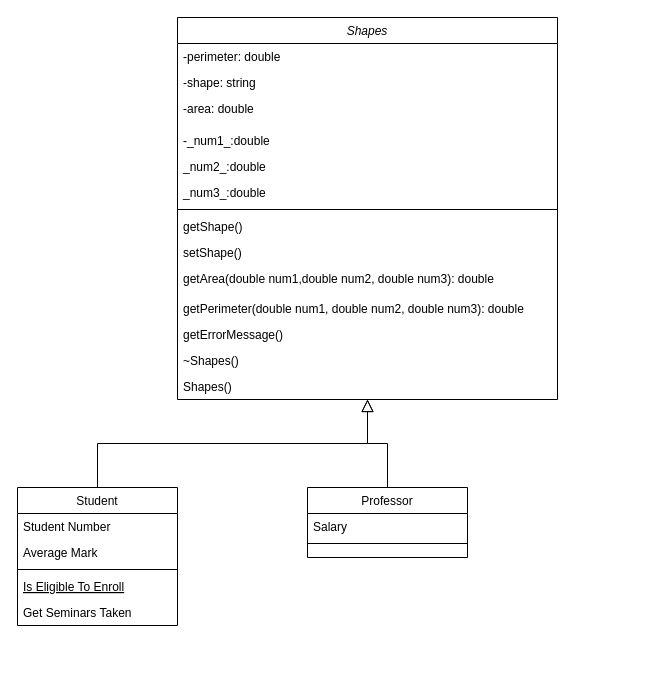
Before: OOGeometricPropertyCalculator/Untitled Diagram.drawio in Ayden-Owens/CSCE-240, a draw.io diagram. Source tidied: cells renumbered, new cells numbered last; positions are measured from the earlier drawing's top-left corner, leaving out a move shared by most shapes. Both pictures are drawn from the tidied source at 100%, with x=0, y=0 at pixel (17, 17).
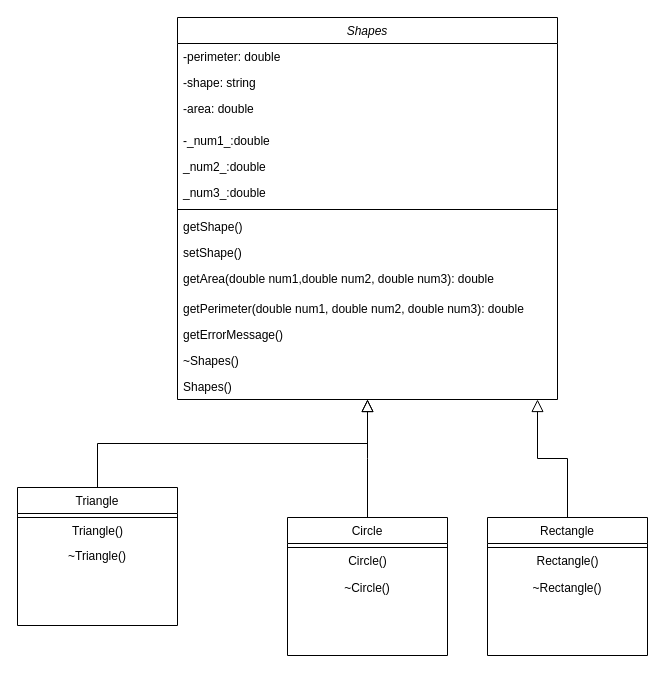
The same diagram, later.

Unchanged cells that the change refers to:
```xml
<mxCell id="2" value="Shapes" style="swimlane;fontStyle=2;align=center;verticalAlign=top;horizontal=1;startSize=26;rounded=0;shadow=0;strokeWidth=1;" parent="1" vertex="1">
  <mxGeometry x="160" width="380" height="382" as="geometry" />
</mxCell>
```

What changed in the source:
```diff
@@
-    <mxCell id="17" value="Student" style="swimlane;fontStyle=0;align=center;verticalAlign=top;horizontal=1;startSize=26;rounded=0;shadow=0;strokeWidth=1;" parent="1" vertex="1">
+    <mxCell id="17" value="Triangle" style="swimlane;fontStyle=0;align=center;verticalAlign=top;horizontal=1;startSize=26;rounded=0;shadow=0;strokeWidth=1;" parent="1" vertex="1">
       <mxGeometry y="470" width="160" height="138" as="geometry" />
     </mxCell>
-    <mxCell id="18" value="Student Number" style="text;align=left;verticalAlign=top;spacingLeft=4;spacingRight=4;overflow=hidden;" parent="17" vertex="1">
-      <mxGeometry y="26" width="160" height="26" as="geometry" />
-    </mxCell>
-    <mxCell id="19" value="Average Mark" style="text;align=left;verticalAlign=top;spacingLeft=4;spacingRight=4;overflow=hidden;rounded=0;shadow=0;html=0;" parent="17" vertex="1">
-      <mxGeometry y="52" width="160" height="26" as="geometry" />
-    </mxCell>
     <mxCell id="20" style="line;html=1;strokeWidth=1;align=left;verticalAlign=middle;spacingTop=-1;spacingLeft=3;spacingRight=3;labelPosition=right;" parent="17" vertex="1">
-      <mxGeometry y="78" width="160" height="8" as="geometry" />
+      <mxGeometry y="26" width="160" height="8" as="geometry" />
     </mxCell>
-    <mxCell id="21" value="Is Eligible To Enroll" style="text;align=left;verticalAlign=top;spacingLeft=4;spacingRight=4;overflow=hidden;fontStyle=4;" parent="17" vertex="1">
-      <mxGeometry y="86" width="160" height="26" as="geometry" />
-    </mxCell>
-    <mxCell id="22" value="Get Seminars Taken" style="text;align=left;verticalAlign=top;spacingLeft=4;spacingRight=4;overflow=hidden;" parent="17" vertex="1">
-      <mxGeometry y="112" width="160" height="26" as="geometry" />
-    </mxCell>
+    <mxCell id="28" value="Triangle()" style="text;html=1;align=center;verticalAlign=middle;strokeColor=none;fillColor=none;" parent="17" vertex="1">
+      <mxGeometry y="34" width="160" height="20" as="geometry" />
+    </mxCell>
+    <mxCell id="29" value="~Triangle()" style="text;html=1;strokeColor=none;fillColor=none;align=center;verticalAlign=middle;whiteSpace=wrap;rounded=0;" parent="17" vertex="1">
+      <mxGeometry y="54" width="160" height="30" as="geometry" />
+    </mxCell>
@@
-    <mxCell id="24" value="Professor" style="swimlane;fontStyle=0;align=center;verticalAlign=top;horizontal=1;startSize=26;rounded=0;shadow=0;strokeWidth=1;" parent="1" vertex="1">
-      <mxGeometry x="290" y="470" width="160" height="70" as="geometry" />
-    </mxCell>
-    <mxCell id="25" value="Salary" style="text;align=left;verticalAlign=top;spacingLeft=4;spacingRight=4;overflow=hidden;" parent="24" vertex="1">
-      <mxGeometry y="26" width="160" height="26" as="geometry" />
-    </mxCell>
-    <mxCell id="26" style="line;html=1;strokeWidth=1;align=left;verticalAlign=middle;spacingTop=-1;spacingLeft=3;spacingRight=3;labelPosition=right;" parent="24" vertex="1">
-      <mxGeometry y="52" width="160" height="8" as="geometry" />
-    </mxCell>
-    <mxCell id="27" style="endArrow=block;endSize=10;endFill=0;shadow=0;strokeWidth=1;rounded=0;edgeStyle=elbowEdgeStyle;elbow=vertical;" parent="1" edge="1" source="24" target="2">
-      <mxGeometry relative="1" as="geometry" />
+    <mxCell id="27" style="endArrow=block;endSize=10;endFill=0;shadow=0;strokeWidth=1;rounded=0;edgeStyle=elbowEdgeStyle;elbow=vertical;" parent="1" edge="1" target="2">
+      <mxGeometry relative="1" as="geometry">
+        <mxPoint x="350" y="500" as="sourcePoint" />
+      </mxGeometry>
     </mxCell>
+    <mxCell id="30" value="Circle" style="swimlane;fontStyle=0;align=center;verticalAlign=top;horizontal=1;startSize=26;rounded=0;shadow=0;strokeWidth=1;" parent="1" vertex="1">
+      <mxGeometry x="270" y="500" width="160" height="138" as="geometry" />
+    </mxCell>
+    <mxCell id="31" style="line;html=1;strokeWidth=1;align=left;verticalAlign=middle;spacingTop=-1;spacingLeft=3;spacingRight=3;labelPosition=right;" parent="30" vertex="1">
+      <mxGeometry y="26" width="160" height="8" as="geometry" />
+    </mxCell>
+    <mxCell id="32" value="Circle()" style="text;html=1;align=center;verticalAlign=middle;strokeColor=none;fillColor=none;" parent="30" vertex="1">
+      <mxGeometry y="34" width="160" height="20" as="geometry" />
+    </mxCell>
+    <mxCell id="33" value="~Circle()" style="text;html=1;strokeColor=none;fillColor=none;align=center;verticalAlign=middle;whiteSpace=wrap;rounded=0;" parent="30" vertex="1">
+      <mxGeometry y="54" width="160" height="34" as="geometry" />
+    </mxCell>
+    <mxCell id="34" style="endArrow=block;endSize=10;endFill=0;shadow=0;strokeWidth=1;rounded=0;edgeStyle=elbowEdgeStyle;elbow=vertical;startArrow=none;" parent="1" edge="1" source="35">
+      <mxGeometry relative="1" as="geometry">
+        <mxPoint x="520" y="382" as="targetPoint" />
+      </mxGeometry>
+    </mxCell>
+    <mxCell id="35" value="Rectangle" style="swimlane;fontStyle=0;align=center;verticalAlign=top;horizontal=1;startSize=26;rounded=0;shadow=0;strokeWidth=1;" parent="1" vertex="1">
+      <mxGeometry x="470" y="500" width="160" height="138" as="geometry" />
+    </mxCell>
+    <mxCell id="36" style="line;html=1;strokeWidth=1;align=left;verticalAlign=middle;spacingTop=-1;spacingLeft=3;spacingRight=3;labelPosition=right;" parent="35" vertex="1">
+      <mxGeometry y="26" width="160" height="8" as="geometry" />
+    </mxCell>
+    <mxCell id="37" value="Rectangle()" style="text;html=1;align=center;verticalAlign=middle;strokeColor=none;fillColor=none;" parent="35" vertex="1">
+      <mxGeometry y="34" width="160" height="20" as="geometry" />
+    </mxCell>
+    <mxCell id="38" value="~Rectangle()" style="text;html=1;strokeColor=none;fillColor=none;align=center;verticalAlign=middle;whiteSpace=wrap;rounded=0;" parent="35" vertex="1">
+      <mxGeometry y="54" width="160" height="34" as="geometry" />
+    </mxCell>
+    <mxCell id="39" style="endArrow=none;endSize=10;endFill=0;shadow=0;strokeWidth=1;rounded=0;edgeStyle=elbowEdgeStyle;elbow=vertical;" parent="1" edge="1" target="35">
+      <mxGeometry relative="1" as="geometry">
+        <mxPoint x="520" y="500" as="sourcePoint" />
+      </mxGeometry>
+    </mxCell>
```
